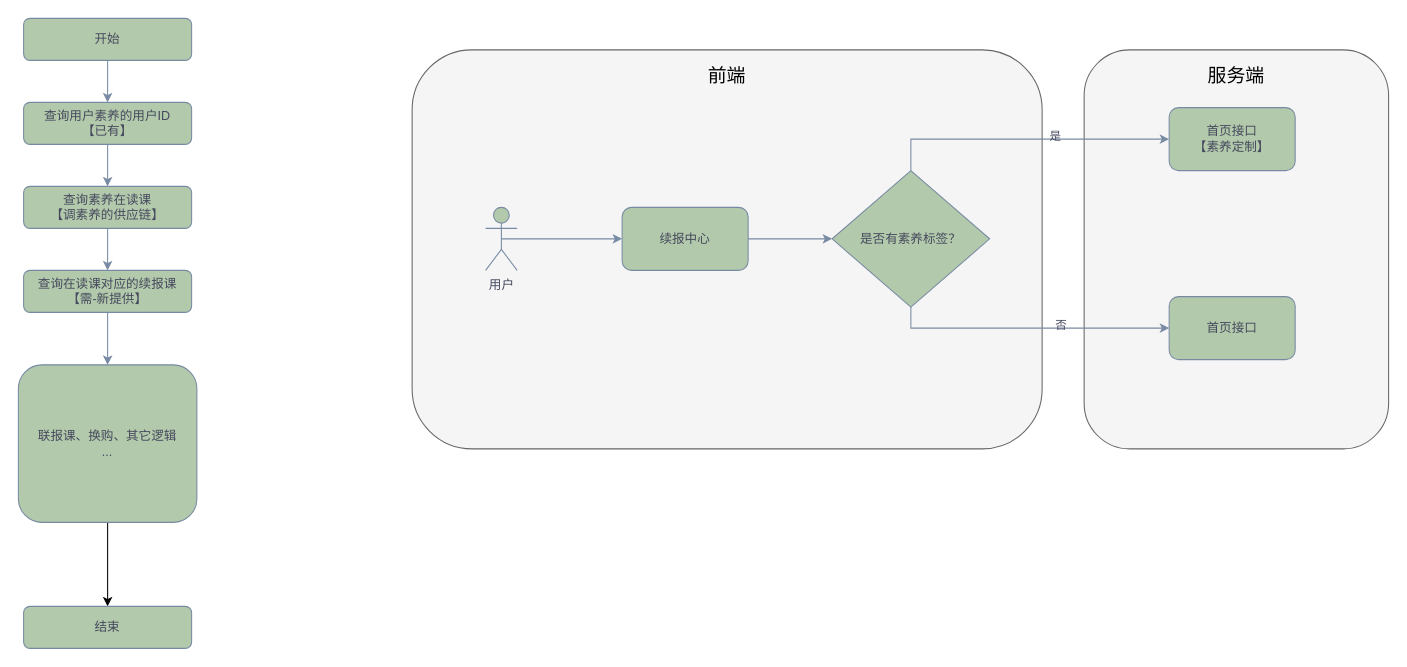
Earlier version of the draw.io diagram xiwang/幼升小.drawio (LanSeTianYe/draw). Source tidied: cells renumbered, new cells numbered last; positions are measured from the earlier drawing's top-left corner, leaving out a move shared by most shapes. Both pictures are drawn from the tidied source at 105%, with x=0, y=0 at pixel (18, 18).
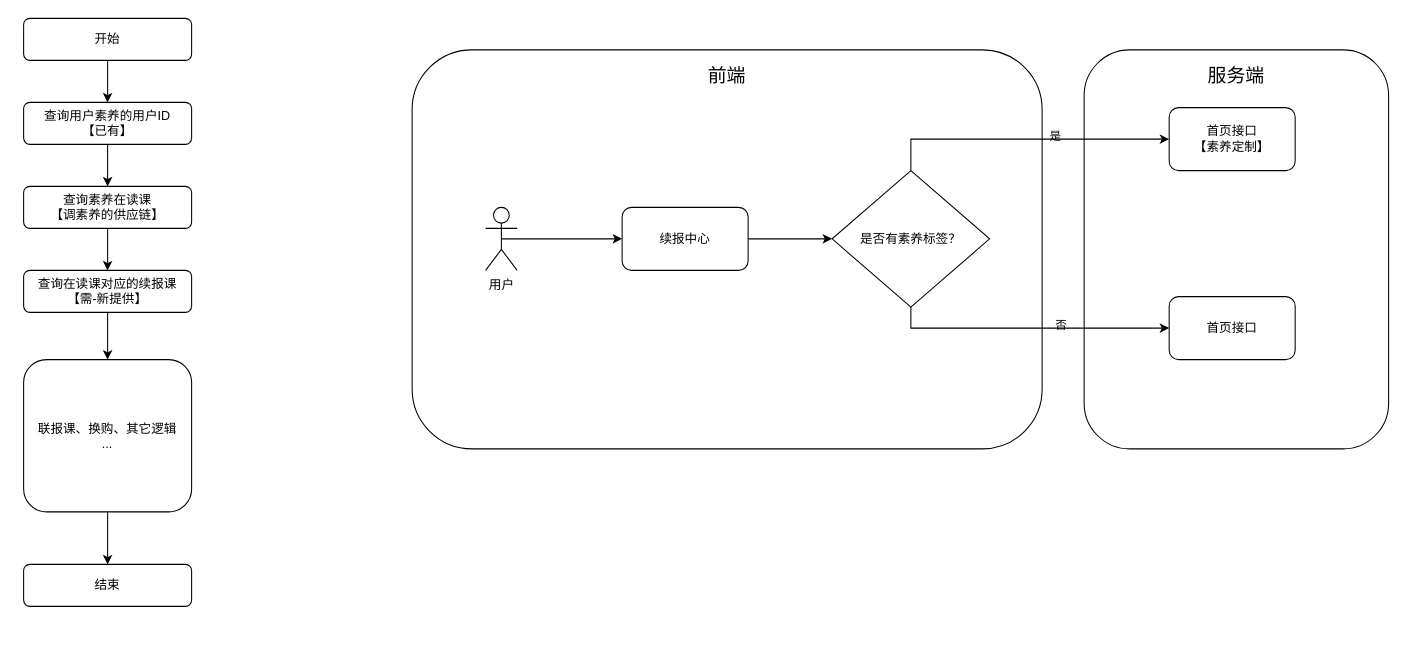
The same page after the edit.

Commit message:
更新幼升小.drawio

Change to the diagram source:
```diff
@@
-    <mxCell id="2" style="rounded=1;whiteSpace=wrap;html=1;fillColor=#f5f5f5;strokeColor=#666666;fontColor=#333333;" parent="1" vertex="1">
+    <mxCell id="2" style="rounded=1;whiteSpace=wrap;html=1;labelBackgroundColor=none;" parent="1" vertex="1">
       <mxGeometry x="1015" y="30" width="290" height="380" as="geometry" />
     </mxCell>
-    <mxCell id="3" style="rounded=1;whiteSpace=wrap;html=1;fillColor=#f5f5f5;fontColor=#333333;strokeColor=#666666;" parent="1" vertex="1">
+    <mxCell id="3" style="rounded=1;whiteSpace=wrap;html=1;labelBackgroundColor=none;" parent="1" vertex="1">
       <mxGeometry x="375" y="30" width="600" height="380" as="geometry" />
     </mxCell>
-    <mxCell id="4" style="edgeStyle=orthogonalEdgeStyle;rounded=0;jettySize=auto;html=1;exitX=0.5;exitY=1;exitDx=0;exitDy=0;entryX=0.5;entryY=0;entryDx=0;entryDy=0;labelBackgroundColor=none;strokeColor=#788AA3;fontColor=default;" parent="1" edge="1" source="5" target="7">
+    <mxCell id="4" style="edgeStyle=orthogonalEdgeStyle;rounded=0;jettySize=auto;html=1;exitX=0.5;exitY=1;exitDx=0;exitDy=0;entryX=0.5;entryY=0;entryDx=0;entryDy=0;labelBackgroundColor=none;fontColor=default;" parent="1" edge="1" source="5" target="7">
       <mxGeometry relative="1" as="geometry" />
     </mxCell>
-    <mxCell id="5" value="开始" style="rounded=1;whiteSpace=wrap;html=1;labelBackgroundColor=none;fillColor=#B2C9AB;strokeColor=#788AA3;fontColor=#46495D;" parent="1" vertex="1">
+    <mxCell id="5" value="开始" style="rounded=1;whiteSpace=wrap;html=1;labelBackgroundColor=none;" parent="1" vertex="1">
       <mxGeometry x="5" width="160" height="40" as="geometry" />
     </mxCell>
-    <mxCell id="6" style="edgeStyle=orthogonalEdgeStyle;rounded=0;jettySize=auto;html=1;exitX=0.5;exitY=1;exitDx=0;exitDy=0;labelBackgroundColor=none;strokeColor=#788AA3;fontColor=default;" parent="1" edge="1" source="7" target="9">
+    <mxCell id="6" style="edgeStyle=orthogonalEdgeStyle;rounded=0;jettySize=auto;html=1;exitX=0.5;exitY=1;exitDx=0;exitDy=0;labelBackgroundColor=none;fontColor=default;" parent="1" edge="1" source="7" target="9">
       <mxGeometry relative="1" as="geometry" />
     </mxCell>
-    <mxCell id="7" value="查询用户素养的用户ID&lt;div&gt;【已有】&lt;/div&gt;" style="rounded=1;whiteSpace=wrap;html=1;labelBackgroundColor=none;fillColor=#B2C9AB;strokeColor=#788AA3;fontColor=#46495D;" parent="1" vertex="1">
+    <mxCell id="7" value="查询用户素养的用户ID&lt;div&gt;【已有】&lt;/div&gt;" style="rounded=1;whiteSpace=wrap;html=1;labelBackgroundColor=none;" parent="1" vertex="1">
       <mxGeometry x="5" y="80" width="160" height="40" as="geometry" />
     </mxCell>
-    <mxCell id="8" style="edgeStyle=orthogonalEdgeStyle;rounded=0;jettySize=auto;html=1;exitX=0.5;exitY=1;exitDx=0;exitDy=0;labelBackgroundColor=none;strokeColor=#788AA3;fontColor=default;" parent="1" edge="1" source="9" target="11">
+    <mxCell id="8" style="edgeStyle=orthogonalEdgeStyle;rounded=0;jettySize=auto;html=1;exitX=0.5;exitY=1;exitDx=0;exitDy=0;labelBackgroundColor=none;fontColor=default;" parent="1" edge="1" source="9" target="11">
       <mxGeometry relative="1" as="geometry" />
     </mxCell>
-    <mxCell id="9" value="查询素养在读课&lt;div&gt;【调素养的供应链】&lt;/div&gt;" style="rounded=1;whiteSpace=wrap;html=1;labelBackgroundColor=none;fillColor=#B2C9AB;strokeColor=#788AA3;fontColor=#46495D;" parent="1" vertex="1">
+    <mxCell id="9" value="查询素养在读课&lt;div&gt;【调素养的供应链】&lt;/div&gt;" style="rounded=1;whiteSpace=wrap;html=1;labelBackgroundColor=none;" parent="1" vertex="1">
       <mxGeometry x="5" y="160" width="160" height="40" as="geometry" />
     </mxCell>
-    <mxCell id="10" style="edgeStyle=orthogonalEdgeStyle;rounded=0;jettySize=auto;html=1;exitX=0.5;exitY=1;exitDx=0;exitDy=0;entryX=0.5;entryY=0;entryDx=0;entryDy=0;labelBackgroundColor=none;strokeColor=#788AA3;fontColor=default;" parent="1" edge="1" source="11" target="13">
+    <mxCell id="10" style="edgeStyle=orthogonalEdgeStyle;rounded=0;jettySize=auto;html=1;exitX=0.5;exitY=1;exitDx=0;exitDy=0;entryX=0.5;entryY=0;entryDx=0;entryDy=0;labelBackgroundColor=none;fontColor=default;" parent="1" edge="1" source="11" target="13">
       <mxGeometry relative="1" as="geometry" />
     </mxCell>
-    <mxCell id="11" value="查询在读课对应的续报课&lt;br&gt;&lt;div&gt;【需-新提供】&lt;/div&gt;" style="rounded=1;whiteSpace=wrap;html=1;labelBackgroundColor=none;fillColor=#B2C9AB;strokeColor=#788AA3;fontColor=#46495D;" parent="1" vertex="1">
+    <mxCell id="11" value="查询在读课对应的续报课&lt;br&gt;&lt;div&gt;【需-新提供】&lt;/div&gt;" style="rounded=1;whiteSpace=wrap;html=1;labelBackgroundColor=none;" parent="1" vertex="1">
       <mxGeometry x="5" y="240" width="160" height="40" as="geometry" />
     </mxCell>
-    <mxCell id="12" style="edgeStyle=orthogonalEdgeStyle;rounded=0;jettySize=auto;html=1;exitX=0.5;exitY=1;exitDx=0;exitDy=0;" parent="1" edge="1" source="13" target="14">
+    <mxCell id="12" style="edgeStyle=orthogonalEdgeStyle;rounded=0;jettySize=auto;html=1;exitX=0.5;exitY=1;exitDx=0;exitDy=0;labelBackgroundColor=none;fontColor=default;" parent="1" edge="1" source="13" target="14">
       <mxGeometry relative="1" as="geometry" />
     </mxCell>
-    <mxCell id="13" value="联报课、换购、其它逻辑&lt;div&gt;...&lt;/div&gt;" style="rounded=1;whiteSpace=wrap;html=1;labelBackgroundColor=none;fillColor=#B2C9AB;strokeColor=#788AA3;fontColor=#46495D;" parent="1" vertex="1">
-      <mxGeometry y="330" width="170" height="150" as="geometry" />
+    <mxCell id="13" value="联报课、换购、其它逻辑&lt;div&gt;...&lt;/div&gt;" style="rounded=1;whiteSpace=wrap;html=1;labelBackgroundColor=none;" parent="1" vertex="1">
+      <mxGeometry x="5" y="325" width="160" height="145" as="geometry" />
     </mxCell>
-    <mxCell id="14" value="结束" style="rounded=1;whiteSpace=wrap;html=1;labelBackgroundColor=none;fillColor=#B2C9AB;strokeColor=#788AA3;fontColor=#46495D;" parent="1" vertex="1">
-      <mxGeometry x="5" y="560" width="160" height="40" as="geometry" />
+    <mxCell id="14" value="结束" style="rounded=1;whiteSpace=wrap;html=1;labelBackgroundColor=none;" parent="1" vertex="1">
+      <mxGeometry x="5" y="520" width="160" height="40" as="geometry" />
     </mxCell>
-    <mxCell id="15" style="edgeStyle=orthogonalEdgeStyle;rounded=0;jettySize=auto;html=1;exitX=0.5;exitY=0.5;exitDx=0;exitDy=0;exitPerimeter=0;labelBackgroundColor=none;strokeColor=#788AA3;fontColor=default;" parent="1" edge="1" source="16" target="18">
+    <mxCell id="15" style="edgeStyle=orthogonalEdgeStyle;rounded=0;jettySize=auto;html=1;exitX=0.5;exitY=0.5;exitDx=0;exitDy=0;exitPerimeter=0;labelBackgroundColor=none;fontColor=default;" parent="1" edge="1" source="16" target="18">
       <mxGeometry relative="1" as="geometry" />
     </mxCell>
-    <mxCell id="16" value="用户" style="shape=umlActor;verticalLabelPosition=bottom;verticalAlign=top;html=1;outlineConnect=0;labelBackgroundColor=none;fillColor=#B2C9AB;strokeColor=#788AA3;fontColor=#46495D;" parent="1" vertex="1">
+    <mxCell id="16" value="用户" style="shape=umlActor;verticalLabelPosition=bottom;verticalAlign=top;html=1;outlineConnect=0;labelBackgroundColor=none;" parent="1" vertex="1">
       <mxGeometry x="445" y="180" width="30" height="60" as="geometry" />
     </mxCell>
-    <mxCell id="17" style="edgeStyle=orthogonalEdgeStyle;rounded=0;jettySize=auto;html=1;exitX=1;exitY=0.5;exitDx=0;exitDy=0;labelBackgroundColor=none;strokeColor=#788AA3;fontColor=default;" parent="1" edge="1" source="18" target="23">
+    <mxCell id="17" style="edgeStyle=orthogonalEdgeStyle;rounded=0;jettySize=auto;html=1;exitX=1;exitY=0.5;exitDx=0;exitDy=0;labelBackgroundColor=none;fontColor=default;" parent="1" edge="1" source="18" target="23">
       <mxGeometry relative="1" as="geometry" />
     </mxCell>
-    <mxCell id="18" value="续报中心" style="rounded=1;whiteSpace=wrap;html=1;labelBackgroundColor=none;fillColor=#B2C9AB;strokeColor=#788AA3;fontColor=#46495D;" parent="1" vertex="1">
+    <mxCell id="18" value="续报中心" style="rounded=1;whiteSpace=wrap;html=1;labelBackgroundColor=none;" parent="1" vertex="1">
       <mxGeometry x="575" y="180" width="120" height="60" as="geometry" />
     </mxCell>
-    <mxCell id="19" style="edgeStyle=orthogonalEdgeStyle;rounded=0;jettySize=auto;html=1;exitX=0.5;exitY=0;exitDx=0;exitDy=0;labelBackgroundColor=none;strokeColor=#788AA3;fontColor=default;" parent="1" edge="1" source="23" target="24">
+    <mxCell id="19" style="edgeStyle=orthogonalEdgeStyle;rounded=0;jettySize=auto;html=1;exitX=0.5;exitY=0;exitDx=0;exitDy=0;labelBackgroundColor=none;fontColor=default;" parent="1" edge="1" source="23" target="24">
       <mxGeometry relative="1" as="geometry" />
     </mxCell>
-    <mxCell id="20" value="是&amp;nbsp;&lt;div&gt;&lt;br&gt;&lt;/div&gt;" style="edgeLabel;html=1;align=center;verticalAlign=middle;labelBackgroundColor=none;fontColor=#46495D;" parent="19" vertex="1">
+    <mxCell id="20" value="是&amp;nbsp;&lt;div&gt;&lt;br&gt;&lt;/div&gt;" style="edgeLabel;html=1;align=center;verticalAlign=middle;labelBackgroundColor=none;" parent="19" vertex="1">
       <mxGeometry x="0.22" y="-3" relative="1" as="geometry" />
     </mxCell>
-    <mxCell id="21" style="edgeStyle=orthogonalEdgeStyle;rounded=0;jettySize=auto;html=1;exitX=0.5;exitY=1;exitDx=0;exitDy=0;entryX=0;entryY=0.5;entryDx=0;entryDy=0;labelBackgroundColor=none;strokeColor=#788AA3;fontColor=default;" parent="1" edge="1" source="23" target="25">
+    <mxCell id="21" style="edgeStyle=orthogonalEdgeStyle;rounded=0;jettySize=auto;html=1;exitX=0.5;exitY=1;exitDx=0;exitDy=0;entryX=0;entryY=0.5;entryDx=0;entryDy=0;labelBackgroundColor=none;fontColor=default;" parent="1" edge="1" source="23" target="25">
       <mxGeometry relative="1" as="geometry" />
     </mxCell>
-    <mxCell id="22" value="否&lt;div&gt;&lt;br&gt;&lt;/div&gt;" style="edgeLabel;html=1;align=center;verticalAlign=middle;labelBackgroundColor=none;fontColor=#46495D;" parent="21" vertex="1">
+    <mxCell id="22" value="否&lt;div&gt;&lt;br&gt;&lt;/div&gt;" style="edgeLabel;html=1;align=center;verticalAlign=middle;labelBackgroundColor=none;" parent="21" vertex="1">
       <mxGeometry x="0.22" y="-3" relative="1" as="geometry" />
     </mxCell>
-    <mxCell id="23" value="是否有素养标签？" style="rhombus;whiteSpace=wrap;html=1;labelBackgroundColor=none;fillColor=#B2C9AB;strokeColor=#788AA3;fontColor=#46495D;" parent="1" vertex="1">
+    <mxCell id="23" value="是否有素养标签？" style="rhombus;whiteSpace=wrap;html=1;labelBackgroundColor=none;" parent="1" vertex="1">
       <mxGeometry x="775" y="145" width="150" height="130" as="geometry" />
     </mxCell>
-    <mxCell id="24" value="首页接口&lt;div&gt;【素养定制】&lt;/div&gt;" style="rounded=1;whiteSpace=wrap;html=1;labelBackgroundColor=none;fillColor=#B2C9AB;strokeColor=#788AA3;fontColor=#46495D;" parent="1" vertex="1">
+    <mxCell id="24" value="首页接口&lt;div&gt;【素养定制】&lt;/div&gt;" style="rounded=1;whiteSpace=wrap;html=1;labelBackgroundColor=none;" parent="1" vertex="1">
       <mxGeometry x="1096" y="85" width="120" height="60" as="geometry" />
     </mxCell>
-    <mxCell id="25" value="首页接口" style="rounded=1;whiteSpace=wrap;html=1;labelBackgroundColor=none;fillColor=#B2C9AB;strokeColor=#788AA3;fontColor=#46495D;" parent="1" vertex="1">
+    <mxCell id="25" value="首页接口" style="rounded=1;whiteSpace=wrap;html=1;labelBackgroundColor=none;" parent="1" vertex="1">
       <mxGeometry x="1096" y="265" width="120" height="60" as="geometry" />
     </mxCell>
-    <mxCell id="26" value="&lt;font style=&quot;font-size: 18px;&quot;&gt;前端&lt;/font&gt;" style="text;html=1;align=center;verticalAlign=middle;whiteSpace=wrap;rounded=0;" parent="1" vertex="1">
+    <mxCell id="26" value="&lt;font style=&quot;font-size: 18px;&quot;&gt;前端&lt;/font&gt;" style="text;html=1;align=center;verticalAlign=middle;whiteSpace=wrap;rounded=0;labelBackgroundColor=none;" parent="1" vertex="1">
       <mxGeometry x="645" y="40" width="60" height="30" as="geometry" />
     </mxCell>
-    <mxCell id="27" value="&lt;font style=&quot;font-size: 18px;&quot;&gt;服务端&lt;/font&gt;" style="text;html=1;align=center;verticalAlign=middle;whiteSpace=wrap;rounded=0;" parent="1" vertex="1">
+    <mxCell id="27" value="&lt;font style=&quot;font-size: 18px;&quot;&gt;服务端&lt;/font&gt;" style="text;html=1;align=center;verticalAlign=middle;whiteSpace=wrap;rounded=0;labelBackgroundColor=none;" parent="1" vertex="1">
       <mxGeometry x="1130" y="40" width="60" height="30" as="geometry" />
     </mxCell>
```
